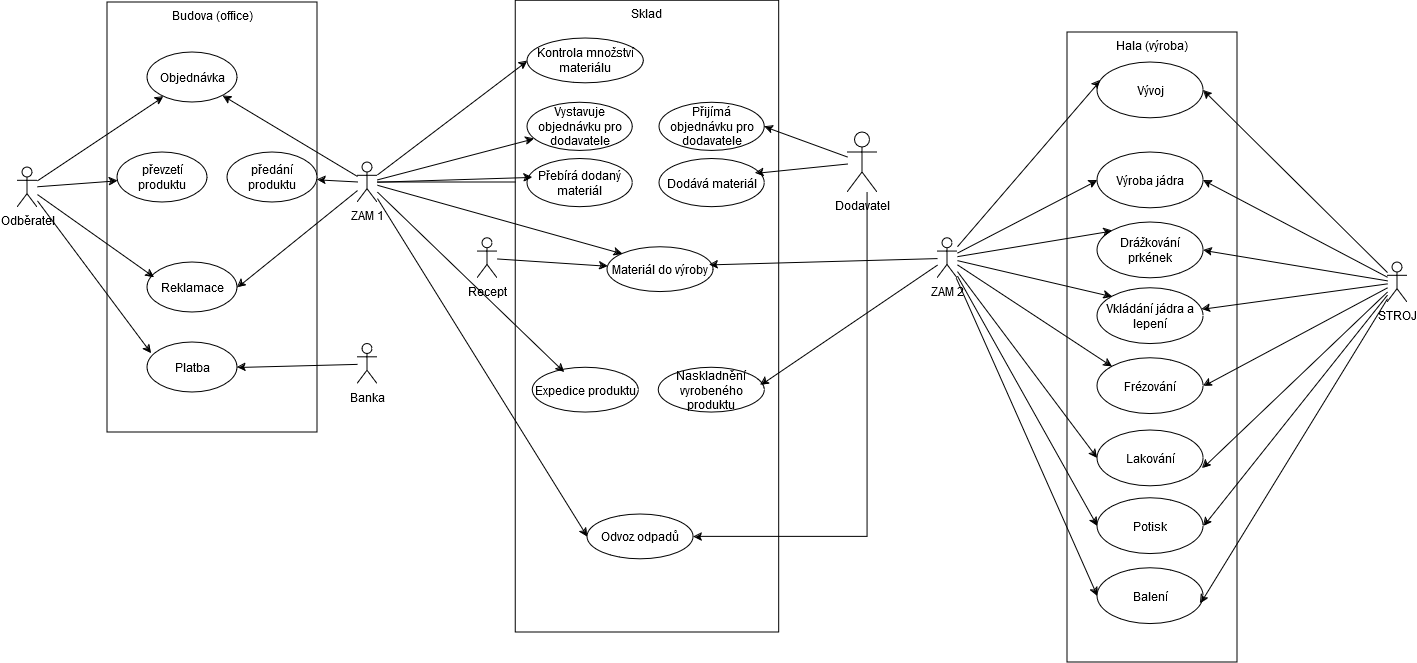
Earlier version of the draw.io export SW_ING/Tužka_state.png (KarelMasa/pg). Source tidied: cells renumbered, new cells last; positions are measured from the earlier drawing's top-left corner, leaving out a move shared by most shapes.
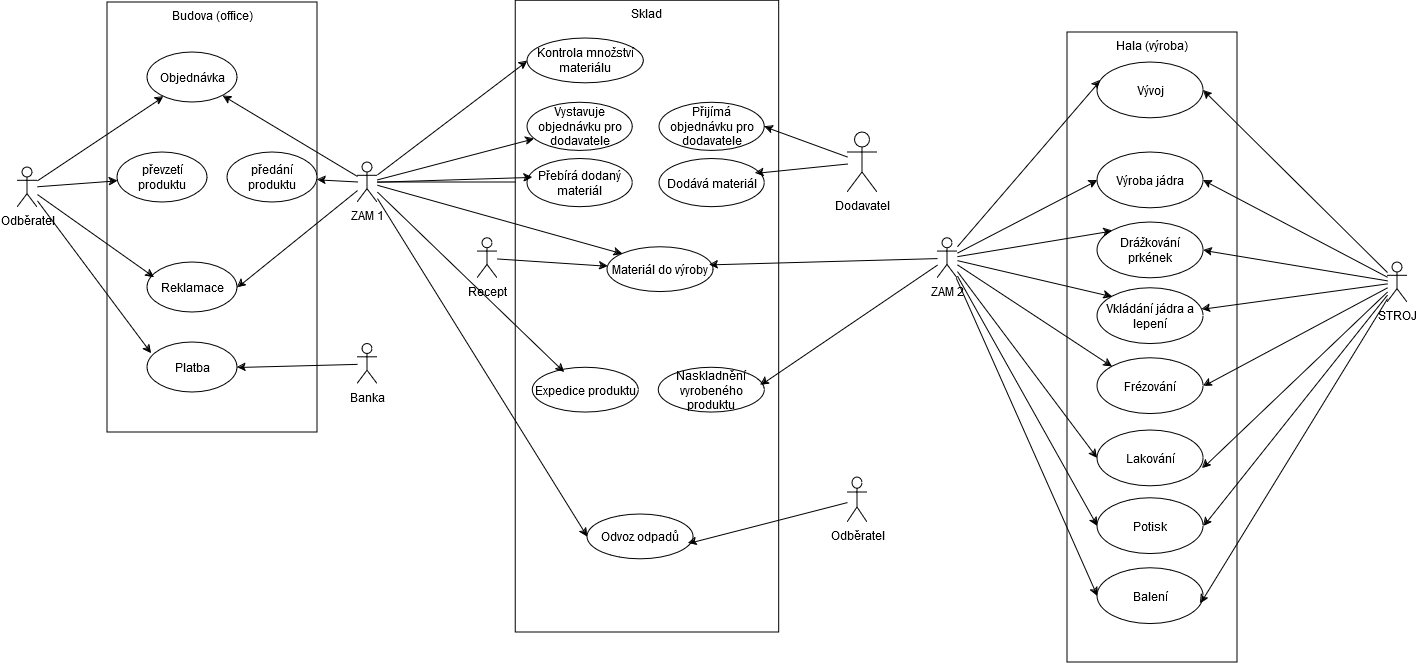
Above is the later version.

Diff of the diagram source:
```diff
@@ -122,13 +122,6 @@
     <mxCell id="41" style="rounded=0;jettySize=auto;html=1;entryX=1;entryY=0.5;entryDx=0;entryDy=0;" parent="1" edge="1" source="43" target="26">
       <mxGeometry relative="1" as="geometry" />
     </mxCell>
-    <mxCell id="42" style="rounded=0;jettySize=auto;html=1;entryX=1;entryY=0.5;entryDx=0;entryDy=0;edgeStyle=orthogonalEdgeStyle;" parent="1" edge="1" source="43" target="30">
-      <mxGeometry relative="1" as="geometry">
-        <Array as="points">
-          <mxPoint x="850" y="536" />
-        </Array>
-      </mxGeometry>
-    </mxCell>
     <mxCell id="43" value="Dodavatel" style="shape=umlActor;verticalLabelPosition=bottom;verticalAlign=top;html=1;" parent="1" vertex="1">
       <mxGeometry x="830" y="132" width="30" height="60" as="geometry" />
     </mxCell>
@@ -219,5 +212,11 @@
     <mxCell id="72" style="rounded=0;jettySize=auto;html=1;entryX=0.971;entryY=0.631;entryDx=0;entryDy=0;entryPerimeter=0;" parent="1" edge="1" source="70" target="54">
       <mxGeometry relative="1" as="geometry" />
     </mxCell>
+    <mxCell id="73" value="Odběratel" style="shape=umlActor;verticalLabelPosition=bottom;verticalAlign=top;html=1;" parent="1" vertex="1">
+      <mxGeometry x="830" y="477" width="20" height="45" as="geometry" />
+    </mxCell>
+    <mxCell id="74" style="rounded=0;jettySize=auto;html=1;entryX=0.952;entryY=0.647;entryDx=0;entryDy=0;entryPerimeter=0;" parent="1" edge="1" source="73" target="30">
+      <mxGeometry relative="1" as="geometry" />
+    </mxCell>
   </root>
 </mxGraphModel>
```
